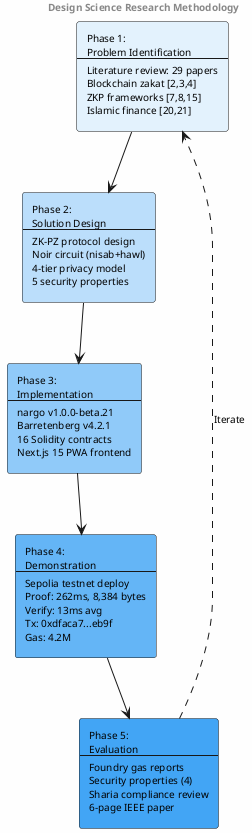
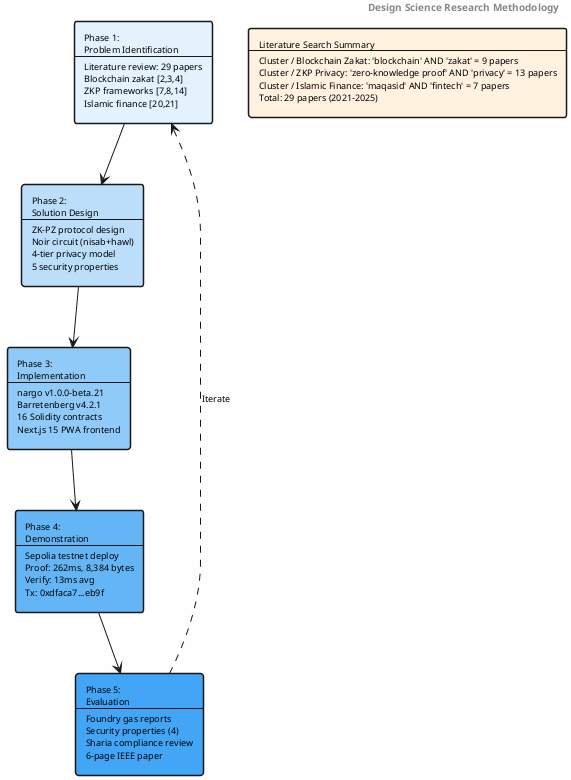
@startuml
skinparam backgroundColor #FEFEFE
skinparam shadowing false
- skinparam defaultFontName Arial
- skinparam defaultFontSize 10
- skinparam rectanglePadding 3
+ skinparam defaultFontName Times-Roman
+ skinparam defaultFontSize 9
+ skinparam rectangleBorderThickness 1.5

header <b>Design Science Research Methodology</b>

- rectangle "Phase 1:\nProblem Identification\n--\nLiterature review: 29 papers\nBlockchain zakat [2,3,4]\nZKP frameworks [7,8,15]\nIslamic finance [20,21]" as P1 #E3F2FD
+ rectangle "Phase 1:\nProblem Identification\n--\nLiterature review: 29 papers\nBlockchain zakat [2,3,4]\nZKP frameworks [7,8,14]\nIslamic finance [20,21]" as P1 #E3F2FD
rectangle "Phase 2:\nSolution Design\n--\nZK-PZ protocol design\nNoir circuit (nisab+hawl)\n4-tier privacy model\n5 security properties" as P2 #BBDEFB
rectangle "Phase 3:\nImplementation\n--\nnargo v1.0.0-beta.21\nBarretenberg v4.2.1\n16 Solidity contracts\nNext.js 15 PWA frontend" as P3 #90CAF9
- rectangle "Phase 4:\nDemonstration\n--\nSepolia testnet deploy\nProof: 262ms, 8,384 bytes\nVerify: 13ms avg\nTx: 0xdfaca7...eb9f\nGas: 4.2M" as P4 #64B5F6
+ rectangle "Phase 4:\nDemonstration\n--\nSepolia testnet deploy\nProof: 262ms, 8,384 bytes\nVerify: 13ms avg\nTx: 0xdfaca7...eb9f" as P4 #64B5F6
rectangle "Phase 5:\nEvaluation\n--\nFoundry gas reports\nSecurity properties (4)\nSharia compliance review\n6-page IEEE paper" as P5 #42A5F5

P1 --> P2
P2 --> P3
P3 --> P4
P4 --> P5
P5 ..> P1 : Iterate

+ rectangle "Literature Search Summary\n--\nCluster / Blockchain Zakat: 'blockchain' AND 'zakat' = 9 papers\nCluster / ZKP Privacy: 'zero-knowledge proof' AND 'privacy' = 13 papers\nCluster / Islamic Finance: 'maqasid' AND 'fintech' = 7 papers\nTotal: 29 papers (2021-2025)" as SUMMARY #FFF3E0
+ 
@enduml
